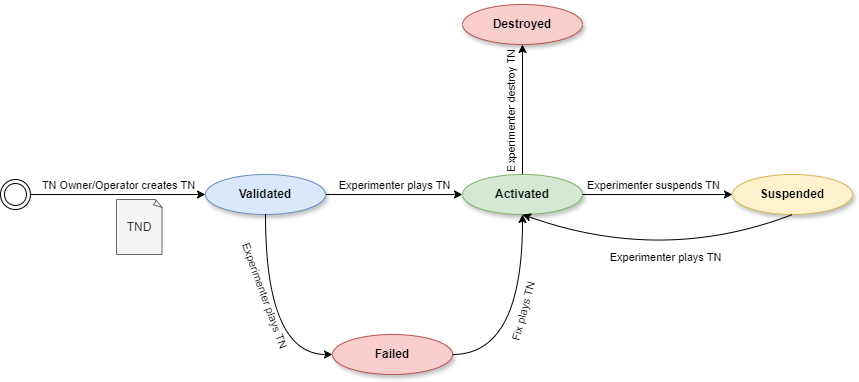
6G-SANDBOX/TNLCM keeps this draw.io diagram as docs/static/stateMachine.png. Above is the earlier version. Source tidied: cells renumbered, new cells last; positions are measured from the earlier drawing's top-left corner, leaving out a move shared by most shapes. Its diagram source:
```xml
<mxGraphModel>
  <root>
    <mxCell id="0" />
    <mxCell id="1" parent="0" />
    <mxCell id="2" style="edgeStyle=orthogonalEdgeStyle;rounded=0;jettySize=auto;html=1;" parent="1" edge="1" source="4" target="20">
      <mxGeometry relative="1" as="geometry" />
    </mxCell>
    <mxCell id="3" value="Experimenter destroy TN" style="edgeLabel;html=1;align=center;verticalAlign=middle;rotation=-90;" parent="2" vertex="1">
      <mxGeometry x="0.02" relative="1" as="geometry">
        <mxPoint x="-12" y="3" as="offset" />
      </mxGeometry>
    </mxCell>
    <mxCell id="4" value="&lt;b&gt;Activated&lt;/b&gt;" style="ellipse;whiteSpace=wrap;html=1;shadow=1;fillColor=#d5e8d4;strokeColor=#82b366;" parent="1" vertex="1">
      <mxGeometry x="462" y="170" width="120" height="40" as="geometry" />
    </mxCell>
    <mxCell id="5" value="Experimenter plays TN" style="edgeStyle=orthogonalEdgeStyle;rounded=0;jettySize=auto;html=1;verticalAlign=bottom;" parent="1" edge="1" source="6" target="4">
      <mxGeometry relative="1" as="geometry" />
    </mxCell>
    <mxCell id="6" value="&lt;b&gt;Validated&lt;/b&gt;" style="ellipse;whiteSpace=wrap;html=1;shadow=1;fillColor=#dae8fc;strokeColor=#6c8ebf;" parent="1" vertex="1">
      <mxGeometry x="205" y="170" width="120" height="40" as="geometry" />
    </mxCell>
    <mxCell id="7" value="TN Owner/Operator creates TN" style="edgeStyle=orthogonalEdgeStyle;rounded=0;jettySize=auto;html=1;entryX=0;entryY=0.5;entryDx=0;entryDy=0;verticalAlign=bottom;" parent="1" edge="1" source="14" target="6">
      <mxGeometry relative="1" as="geometry" />
    </mxCell>
    <mxCell id="8" value="TND" style="whiteSpace=wrap;html=1;shape=mxgraph.basic.document;fillColor=#f5f5f5;fontColor=#333333;strokeColor=#666666;" parent="1" vertex="1">
      <mxGeometry x="116" y="195" width="46" height="55" as="geometry" />
    </mxCell>
    <mxCell id="9" value="&lt;b&gt;Suspended&lt;/b&gt;" style="ellipse;whiteSpace=wrap;html=1;shadow=1;fillColor=#fff2cc;strokeColor=#d6b656;" parent="1" vertex="1">
      <mxGeometry x="732" y="170" width="120" height="40" as="geometry" />
    </mxCell>
    <mxCell id="10" style="endArrow=classic;html=1;rounded=0;exitX=1;exitY=0.5;exitDx=0;exitDy=0;" parent="1" edge="1" source="4" target="9">
      <mxGeometry relative="1" as="geometry" />
    </mxCell>
    <mxCell id="11" value="Experimenter suspends TN" style="edgeLabel;html=1;align=center;verticalAlign=middle;" parent="10" vertex="1">
      <mxGeometry x="-0.47" y="-1" relative="1" as="geometry">
        <mxPoint x="31" y="-11" as="offset" />
      </mxGeometry>
    </mxCell>
    <mxCell id="12" style="curved=1;endArrow=classic;html=1;rounded=0;exitX=0.5;exitY=1;exitDx=0;exitDy=0;entryX=0.5;entryY=1;entryDx=0;entryDy=0;" parent="1" edge="1" source="9" target="4">
      <mxGeometry relative="1" as="geometry">
        <Array as="points">
          <mxPoint x="662" y="260" />
        </Array>
      </mxGeometry>
    </mxCell>
    <mxCell id="13" value="Experimenter plays TN" style="edgeLabel;html=1;align=center;verticalAlign=middle;" parent="12" vertex="1">
      <mxGeometry x="-0.11" y="-20" relative="1" as="geometry">
        <mxPoint y="15" as="offset" />
      </mxGeometry>
    </mxCell>
    <mxCell id="14" style="ellipse;shape=doubleEllipse;html=1;dashed=0;whiteSpace=wrap;" parent="1" vertex="1">
      <mxGeometry y="175" width="30" height="30" as="geometry" />
    </mxCell>
    <mxCell id="15" style="edgeStyle=orthogonalEdgeStyle;rounded=0;jettySize=auto;html=1;entryX=0.5;entryY=1;entryDx=0;entryDy=0;exitX=1;exitY=0.5;exitDx=0;exitDy=0;curved=1;" parent="1" edge="1" source="17" target="4">
      <mxGeometry relative="1" as="geometry" />
    </mxCell>
    <mxCell id="16" value="Fix plays TN" style="edgeLabel;html=1;align=center;verticalAlign=middle;rotation=-75;" parent="15" vertex="1">
      <mxGeometry x="0.22" relative="1" as="geometry">
        <mxPoint y="16" as="offset" />
      </mxGeometry>
    </mxCell>
    <mxCell id="17" value="&lt;b&gt;Failed&lt;/b&gt;" style="ellipse;whiteSpace=wrap;html=1;shadow=1;fillColor=#f8cecc;strokeColor=#b85450;" parent="1" vertex="1">
      <mxGeometry x="332" y="330" width="120" height="40" as="geometry" />
    </mxCell>
    <mxCell id="18" style="endArrow=classic;html=1;rounded=0;exitX=0.5;exitY=1;exitDx=0;exitDy=0;entryX=0;entryY=0.5;entryDx=0;entryDy=0;edgeStyle=orthogonalEdgeStyle;curved=1;" parent="1" edge="1" source="6" target="17">
      <mxGeometry relative="1" as="geometry" />
    </mxCell>
    <mxCell id="19" value="Experimenter plays TN" style="edgeLabel;html=1;align=center;verticalAlign=middle;rotation=70;" parent="18" vertex="1">
      <mxGeometry x="-0.47" y="-2" relative="1" as="geometry">
        <mxPoint x="2" y="26" as="offset" />
      </mxGeometry>
    </mxCell>
    <mxCell id="20" value="&lt;b&gt;Destroyed&lt;/b&gt;" style="ellipse;whiteSpace=wrap;html=1;shadow=1;fillColor=#f8cecc;strokeColor=#b85450;" parent="1" vertex="1">
      <mxGeometry x="462" width="120" height="40" as="geometry" />
    </mxCell>
  </root>
</mxGraphModel>
```
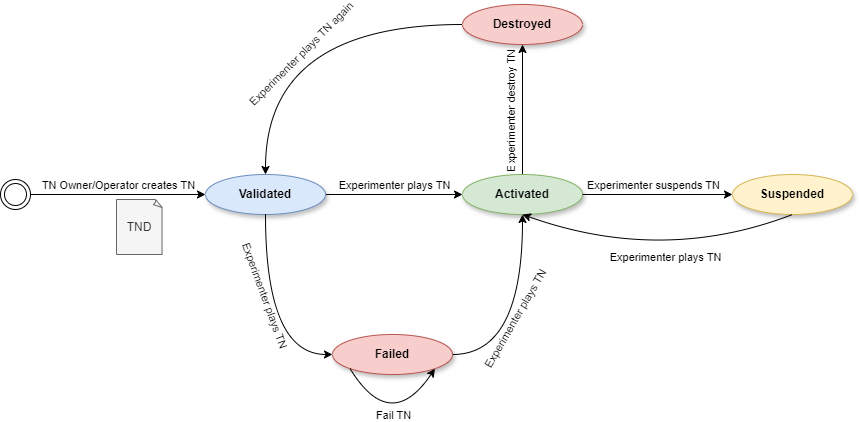
The same file after the commit.

Diff of the diagram source:
```diff
@@ -54,9 +54,9 @@
     <mxCell id="15" style="edgeStyle=orthogonalEdgeStyle;rounded=0;jettySize=auto;html=1;entryX=0.5;entryY=1;entryDx=0;entryDy=0;exitX=1;exitY=0.5;exitDx=0;exitDy=0;curved=1;" parent="1" edge="1" source="17" target="4">
       <mxGeometry relative="1" as="geometry" />
     </mxCell>
-    <mxCell id="16" value="Fix plays TN" style="edgeLabel;html=1;align=center;verticalAlign=middle;rotation=-75;" parent="15" vertex="1">
+    <mxCell id="16" value="Experimenter plays TN" style="edgeLabel;html=1;align=center;verticalAlign=middle;rotation=-60;" parent="15" vertex="1">
       <mxGeometry x="0.22" relative="1" as="geometry">
-        <mxPoint y="16" as="offset" />
+        <mxPoint x="-8" y="23" as="offset" />
       </mxGeometry>
     </mxCell>
     <mxCell id="17" value="&lt;b&gt;Failed&lt;/b&gt;" style="ellipse;whiteSpace=wrap;html=1;shadow=1;fillColor=#f8cecc;strokeColor=#b85450;" parent="1" vertex="1">
@@ -73,5 +73,25 @@
     <mxCell id="20" value="&lt;b&gt;Destroyed&lt;/b&gt;" style="ellipse;whiteSpace=wrap;html=1;shadow=1;fillColor=#f8cecc;strokeColor=#b85450;" parent="1" vertex="1">
       <mxGeometry x="462" width="120" height="40" as="geometry" />
     </mxCell>
+    <mxCell id="21" style="endArrow=classic;html=1;rounded=0;exitX=0;exitY=1;exitDx=0;exitDy=0;entryX=1;entryY=1;entryDx=0;entryDy=0;edgeStyle=orthogonalEdgeStyle;curved=1;" parent="1" edge="1" source="17" target="17">
+      <mxGeometry relative="1" as="geometry">
+        <Array as="points">
+          <mxPoint x="390" y="430" />
+        </Array>
+      </mxGeometry>
+    </mxCell>
+    <mxCell id="22" value="Fail TN" style="edgeLabel;html=1;align=center;verticalAlign=middle;" parent="21" vertex="1">
+      <mxGeometry x="0.34" y="16" relative="1" as="geometry">
+        <mxPoint y="12" as="offset" />
+      </mxGeometry>
+    </mxCell>
+    <mxCell id="23" style="endArrow=classic;html=1;rounded=0;exitX=0;exitY=0.5;exitDx=0;exitDy=0;entryX=0.5;entryY=0;entryDx=0;entryDy=0;edgeStyle=orthogonalEdgeStyle;curved=1;" parent="1" edge="1" source="20" target="6">
+      <mxGeometry relative="1" as="geometry" />
+    </mxCell>
+    <mxCell id="24" value="Experimenter plays TN again" style="edgeLabel;html=1;align=center;verticalAlign=middle;rotation=-45;" parent="23" vertex="1">
+      <mxGeometry x="-0.11" y="40" relative="1" as="geometry">
+        <mxPoint x="-8" y="-10" as="offset" />
+      </mxGeometry>
+    </mxCell>
   </root>
 </mxGraphModel>
```
